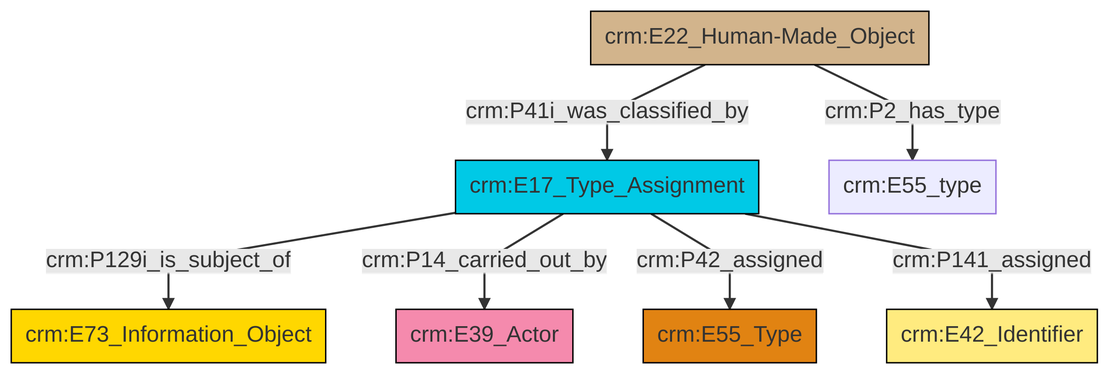
The Mermaid diagram et/builtWorkCSV/ttl/mmd/png/Built_Work_designation_status.png in swiss-art-research-net/reference-data-models, before a commit. Its source is kept beside it as et/builtWorkCSV/ttl/mmd/Built_Work_designation_status.ttl.mmd.
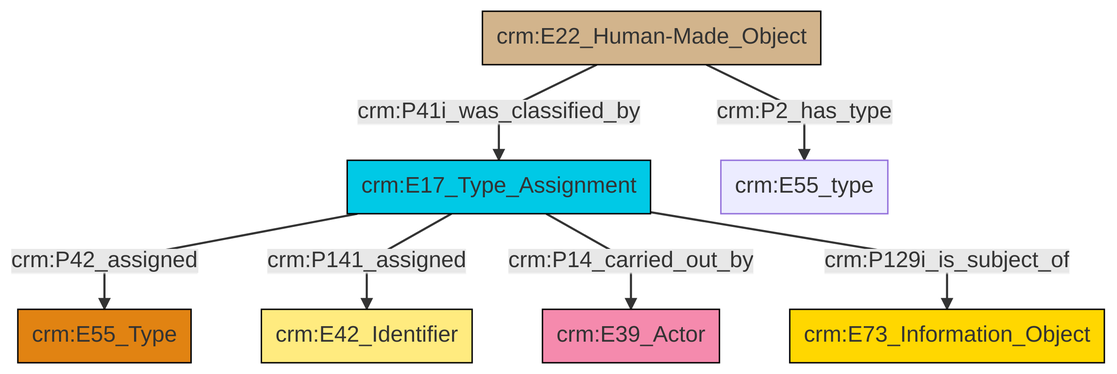
The same file after the commit.

What changed in the source:
```diff
@@ -13,9 +13,9 @@
 classDef PC_Classes fill:#4ce600, stroke:#000000;
 classDef Multi fill:#cccccc,stroke:#000000;
 
-0["crm:E17_Type_Assignment"]:::Temporal_Entity -->|crm:P129i_is_subject_of| 1["crm:E73_Information_Object"]:::Conceptual_Object
-0["crm:E17_Type_Assignment"]:::Temporal_Entity -->|crm:P14_carried_out_by| 2["crm:E39_Actor"]:::Actor
-0["crm:E17_Type_Assignment"]:::Temporal_Entity -->|crm:P42_assigned| 5["crm:E55_Type"]:::Type
-7["crm:E22_Human-Made_Object"]:::Physical_Thing -->|crm:P2_has_type| 3["crm:E55_type"]:::Default
-7["crm:E22_Human-Made_Object"]:::Physical_Thing -->|crm:P41i_was_classified_by| 0["crm:E17_Type_Assignment"]:::Temporal_Entity
-0["crm:E17_Type_Assignment"]:::Temporal_Entity -->|crm:P141_assigned| 10["crm:E42_Identifier"]:::Appellation
+0["crm:E17_Type_Assignment"]:::Temporal_Entity -->|crm:P42_assigned| 1["crm:E55_Type"]:::Type
+4["crm:E22_Human-Made_Object"]:::Physical_Thing -->|crm:P41i_was_classified_by| 0["crm:E17_Type_Assignment"]:::Temporal_Entity
+0["crm:E17_Type_Assignment"]:::Temporal_Entity -->|crm:P141_assigned| 5["crm:E42_Identifier"]:::Appellation
+4["crm:E22_Human-Made_Object"]:::Physical_Thing -->|crm:P2_has_type| 9["crm:E55_type"]:::Default
+0["crm:E17_Type_Assignment"]:::Temporal_Entity -->|crm:P14_carried_out_by| 10["crm:E39_Actor"]:::Actor
+0["crm:E17_Type_Assignment"]:::Temporal_Entity -->|crm:P129i_is_subject_of| 2["crm:E73_Information_Object"]:::Conceptual_Object
```
